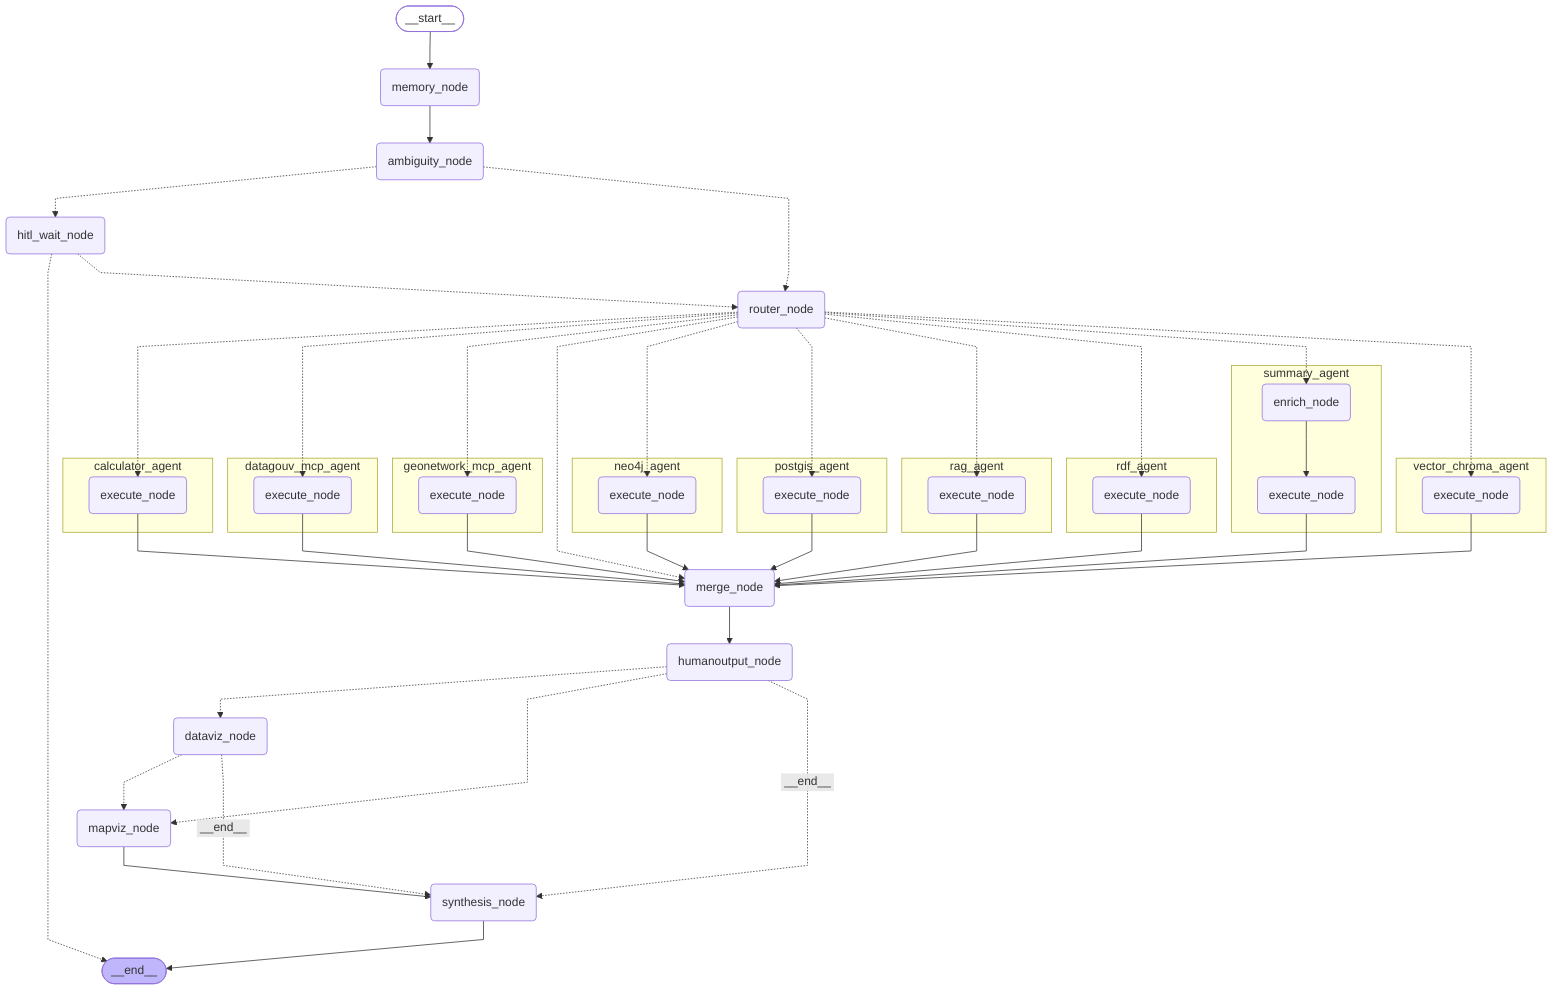
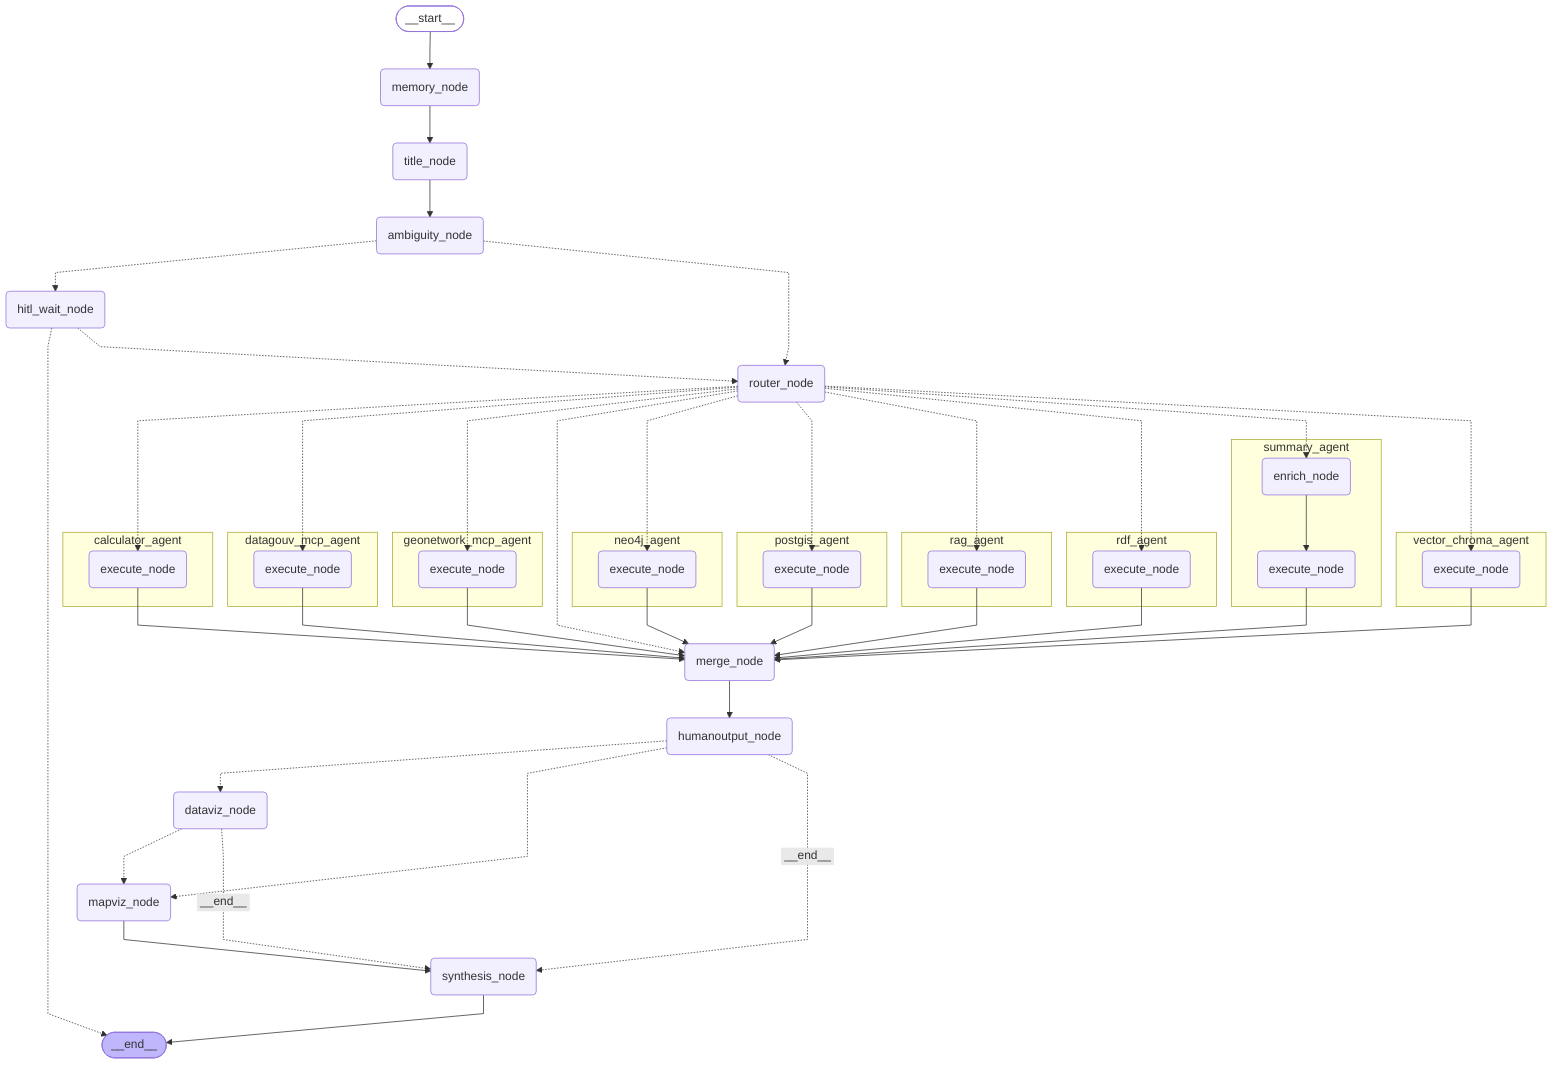
---
config:
  flowchart:
    curve: linear
---
graph TD;
	__start__([<p>__start__</p>]):::first
	memory_node(memory_node)
+ 	title_node(title_node)
	ambiguity_node(ambiguity_node)
	hitl_wait_node(hitl_wait_node)
	router_node(router_node)
	merge_node(merge_node)
	synthesis_node(synthesis_node)
	humanoutput_node(humanoutput_node)
	dataviz_node(dataviz_node)
	mapviz_node(mapviz_node)
	__end__([<p>__end__</p>]):::last
	__start__ --> memory_node;
	ambiguity_node -.-> hitl_wait_node;
	ambiguity_node -.-> router_node;
	calculator_agent\3aexecute_node --> merge_node;
	datagouv_mcp_agent\3aexecute_node --> merge_node;
	dataviz_node -.-> mapviz_node;
	dataviz_node -. &nbsp;__end__&nbsp; .-> synthesis_node;
	geonetwork_mcp_agent\3aexecute_node --> merge_node;
	hitl_wait_node -.-> __end__;
	hitl_wait_node -.-> router_node;
	humanoutput_node -.-> dataviz_node;
	humanoutput_node -.-> mapviz_node;
	humanoutput_node -. &nbsp;__end__&nbsp; .-> synthesis_node;
	mapviz_node --> synthesis_node;
- 	memory_node --> ambiguity_node;
+ 	memory_node --> title_node;
	merge_node --> humanoutput_node;
	neo4j_agent\3aexecute_node --> merge_node;
	postgis_agent\3aexecute_node --> merge_node;
	rag_agent\3aexecute_node --> merge_node;
	rdf_agent\3aexecute_node --> merge_node;
	router_node -.-> calculator_agent\3aexecute_node;
	router_node -.-> datagouv_mcp_agent\3aexecute_node;
	router_node -.-> geonetwork_mcp_agent\3aexecute_node;
	router_node -.-> merge_node;
	router_node -.-> neo4j_agent\3aexecute_node;
	router_node -.-> postgis_agent\3aexecute_node;
	router_node -.-> rag_agent\3aexecute_node;
	router_node -.-> rdf_agent\3aexecute_node;
	router_node -.-> summary_agent\3aenrich_node;
	router_node -.-> vector_chroma_agent\3aexecute_node;
	summary_agent\3aexecute_node --> merge_node;
+ 	title_node --> ambiguity_node;
	vector_chroma_agent\3aexecute_node --> merge_node;
	synthesis_node --> __end__;
	subgraph summary_agent
	summary_agent\3aenrich_node(enrich_node)
	summary_agent\3aexecute_node(execute_node)
	summary_agent\3aenrich_node --> summary_agent\3aexecute_node;
	end
	subgraph rag_agent
	rag_agent\3aexecute_node(execute_node)
	end
	subgraph calculator_agent
	calculator_agent\3aexecute_node(execute_node)
	end
	subgraph neo4j_agent
	neo4j_agent\3aexecute_node(execute_node)
	end
	subgraph postgis_agent
	postgis_agent\3aexecute_node(execute_node)
	end
	subgraph rdf_agent
	rdf_agent\3aexecute_node(execute_node)
	end
	subgraph vector_chroma_agent
	vector_chroma_agent\3aexecute_node(execute_node)
	end
	subgraph datagouv_mcp_agent
	datagouv_mcp_agent\3aexecute_node(execute_node)
	end
	subgraph geonetwork_mcp_agent
	geonetwork_mcp_agent\3aexecute_node(execute_node)
	end
	classDef default fill:#f2f0ff,line-height:1.2
	classDef first fill-opacity:0
	classDef last fill:#bfb6fc
